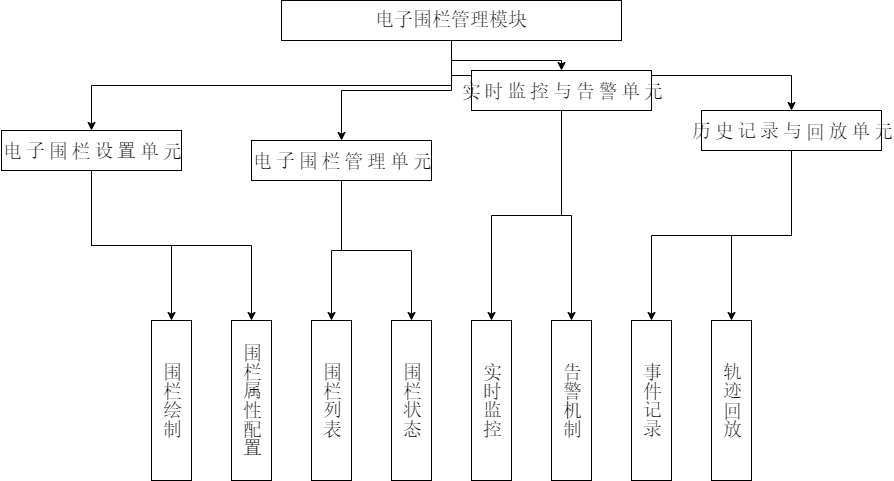
Before: 5.电子围栏管理模块.drawio.png, a diagram exported from draw.io (w1791105996/About-CSS3). Source tidied: cells renumbered, new cells last; positions are measured from the earlier drawing's top-left corner, leaving out a move shared by most shapes.
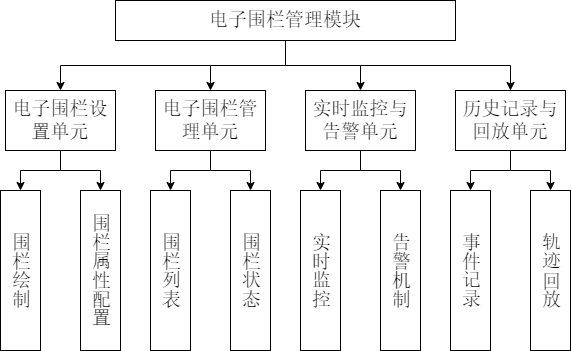
The same diagram one commit later.

Commit message:
更新5.电子围栏管理模块.drawio.png

Change to the diagram source:
```diff
@@ -15,7 +15,7 @@
       <mxGeometry relative="1" as="geometry" />
     </mxCell>
     <mxCell id="6" value="电子围栏管理模块" style="rounded=0;whiteSpace=wrap;html=1;fontFamily=宋体;fontSize=19;" parent="1" vertex="1">
-      <mxGeometry x="280" width="340" height="40" as="geometry" />
+      <mxGeometry x="225" y="20" width="340" height="40" as="geometry" />
     </mxCell>
     <mxCell id="7" style="edgeStyle=orthogonalEdgeStyle;rounded=0;jettySize=auto;html=1;exitX=0.5;exitY=1;exitDx=0;exitDy=0;entryX=0.5;entryY=0;entryDx=0;entryDy=0;" parent="1" edge="1" source="9" target="16">
       <mxGeometry relative="1" as="geometry" />
@@ -23,8 +23,8 @@
     <mxCell id="8" style="edgeStyle=orthogonalEdgeStyle;rounded=0;jettySize=auto;html=1;exitX=0.5;exitY=1;exitDx=0;exitDy=0;entryX=0.5;entryY=0;entryDx=0;entryDy=0;" parent="1" edge="1" source="9" target="17">
       <mxGeometry relative="1" as="geometry" />
     </mxCell>
-    <mxCell id="9" value="电子围栏设置单元" style="rounded=0;whiteSpace=wrap;html=1;textDirection=vertical-lr;horizontal=1;fontFamily=宋体;spacingTop=0;fontSize=19;" parent="1" vertex="1">
-      <mxGeometry y="130" width="180" height="40" as="geometry" />
+    <mxCell id="9" value="电子围栏设置单元" style="rounded=0;whiteSpace=wrap;html=1;horizontal=1;fontFamily=宋体;spacingTop=0;fontSize=19;" parent="1" vertex="1">
+      <mxGeometry x="115" y="110" width="110" height="60" as="geometry" />
     </mxCell>
     <mxCell id="10" style="edgeStyle=orthogonalEdgeStyle;rounded=0;jettySize=auto;html=1;exitX=0.5;exitY=1;exitDx=0;exitDy=0;entryX=0.5;entryY=0;entryDx=0;entryDy=0;" parent="1" edge="1" source="12" target="18">
       <mxGeometry relative="1" as="geometry" />
@@ -32,8 +32,8 @@
     <mxCell id="11" style="edgeStyle=orthogonalEdgeStyle;rounded=0;jettySize=auto;html=1;exitX=0.5;exitY=1;exitDx=0;exitDy=0;entryX=0.5;entryY=0;entryDx=0;entryDy=0;" parent="1" edge="1" source="12" target="19">
       <mxGeometry relative="1" as="geometry" />
     </mxCell>
-    <mxCell id="12" value="电子围栏管理单元" style="rounded=0;whiteSpace=wrap;html=1;textDirection=vertical-lr;horizontal=1;fontFamily=宋体;spacingTop=0;fontSize=19;" parent="1" vertex="1">
-      <mxGeometry x="250" y="140" width="180" height="40" as="geometry" />
+    <mxCell id="12" value="电子围栏管理单元" style="rounded=0;whiteSpace=wrap;html=1;horizontal=1;fontFamily=宋体;spacingTop=0;fontSize=19;" parent="1" vertex="1">
+      <mxGeometry x="265" y="110" width="110" height="60" as="geometry" />
     </mxCell>
     <mxCell id="13" style="edgeStyle=orthogonalEdgeStyle;rounded=0;jettySize=auto;html=1;exitX=0.5;exitY=1;exitDx=0;exitDy=0;entryX=0.5;entryY=0;entryDx=0;entryDy=0;" parent="1" edge="1" source="15" target="20">
       <mxGeometry relative="1" as="geometry" />
@@ -41,26 +41,26 @@
     <mxCell id="14" style="edgeStyle=orthogonalEdgeStyle;rounded=0;jettySize=auto;html=1;exitX=0.5;exitY=1;exitDx=0;exitDy=0;entryX=0.5;entryY=0;entryDx=0;entryDy=0;" parent="1" edge="1" source="15" target="21">
       <mxGeometry relative="1" as="geometry" />
     </mxCell>
-    <mxCell id="15" value="实时监控与告警单元" style="rounded=0;whiteSpace=wrap;html=1;textDirection=vertical-lr;horizontal=1;fontFamily=宋体;spacingTop=0;fontSize=19;" parent="1" vertex="1">
-      <mxGeometry x="470" y="70" width="180" height="40" as="geometry" />
+    <mxCell id="15" value="实时监控与告警单元" style="rounded=0;whiteSpace=wrap;html=1;horizontal=1;fontFamily=宋体;spacingTop=0;fontSize=19;align=center;verticalAlign=middle;" parent="1" vertex="1">
+      <mxGeometry x="415" y="110" width="110" height="60" as="geometry" />
     </mxCell>
     <mxCell id="16" value="围栏绘制" style="rounded=0;whiteSpace=wrap;textDirection=vertical-lr;horizontal=1;fontFamily=宋体;spacingTop=0;fontSize=19;spacing=3;spacingBottom=0;html=1;" parent="1" vertex="1">
-      <mxGeometry x="150" y="320" width="40" height="160" as="geometry" />
+      <mxGeometry x="110" y="210" width="40" height="160" as="geometry" />
     </mxCell>
     <mxCell id="17" value="围栏属性配置" style="rounded=0;whiteSpace=wrap;html=1;textDirection=vertical-lr;horizontal=1;fontFamily=宋体;spacingTop=0;fontSize=19;" parent="1" vertex="1">
-      <mxGeometry x="230" y="320" width="40" height="160" as="geometry" />
+      <mxGeometry x="190" y="210" width="40" height="160" as="geometry" />
     </mxCell>
     <mxCell id="18" value="围栏列表" style="rounded=0;whiteSpace=wrap;html=1;textDirection=vertical-lr;horizontal=1;fontFamily=宋体;spacingTop=0;fontSize=19;" parent="1" vertex="1">
-      <mxGeometry x="310" y="320" width="40" height="160" as="geometry" />
+      <mxGeometry x="260" y="210" width="40" height="160" as="geometry" />
     </mxCell>
     <mxCell id="19" value="围栏状态" style="rounded=0;whiteSpace=wrap;html=1;textDirection=vertical-lr;horizontal=1;fontFamily=宋体;spacingTop=0;fontSize=19;" parent="1" vertex="1">
-      <mxGeometry x="390" y="320" width="40" height="160" as="geometry" />
+      <mxGeometry x="340" y="210" width="40" height="160" as="geometry" />
     </mxCell>
     <mxCell id="20" value="实时监控" style="rounded=0;whiteSpace=wrap;html=1;textDirection=vertical-lr;horizontal=1;fontFamily=宋体;spacingTop=0;fontSize=19;" parent="1" vertex="1">
-      <mxGeometry x="470" y="320" width="40" height="160" as="geometry" />
+      <mxGeometry x="410" y="210" width="40" height="160" as="geometry" />
     </mxCell>
     <mxCell id="21" value="告警机制" style="rounded=0;whiteSpace=wrap;html=1;textDirection=vertical-lr;horizontal=1;fontFamily=宋体;spacingTop=0;fontSize=19;" parent="1" vertex="1">
-      <mxGeometry x="550" y="320" width="40" height="160" as="geometry" />
+      <mxGeometry x="490" y="210" width="40" height="160" as="geometry" />
     </mxCell>
     <mxCell id="22" style="edgeStyle=orthogonalEdgeStyle;rounded=0;jettySize=auto;html=1;exitX=0.5;exitY=1;exitDx=0;exitDy=0;entryX=0.5;entryY=0;entryDx=0;entryDy=0;" parent="1" edge="1" source="24" target="25">
       <mxGeometry relative="1" as="geometry" />
@@ -68,14 +68,14 @@
     <mxCell id="23" style="edgeStyle=orthogonalEdgeStyle;rounded=0;jettySize=auto;html=1;exitX=0.5;exitY=1;exitDx=0;exitDy=0;entryX=0.5;entryY=0;entryDx=0;entryDy=0;" parent="1" edge="1" source="24" target="26">
       <mxGeometry relative="1" as="geometry" />
     </mxCell>
-    <mxCell id="24" value="历史记录与回放单元" style="rounded=0;whiteSpace=wrap;html=1;textDirection=vertical-lr;horizontal=1;fontFamily=宋体;spacingTop=0;fontSize=19;" parent="1" vertex="1">
-      <mxGeometry x="700" y="110" width="180" height="40" as="geometry" />
+    <mxCell id="24" value="历史记录与回放单元" style="rounded=0;whiteSpace=wrap;html=1;horizontal=1;fontFamily=宋体;spacingTop=0;fontSize=19;" parent="1" vertex="1">
+      <mxGeometry x="565" y="110" width="110" height="60" as="geometry" />
     </mxCell>
     <mxCell id="25" value="事件记录" style="rounded=0;whiteSpace=wrap;html=1;textDirection=vertical-lr;horizontal=1;fontFamily=宋体;spacingTop=0;fontSize=19;" parent="1" vertex="1">
-      <mxGeometry x="630" y="320" width="40" height="160" as="geometry" />
+      <mxGeometry x="560" y="210" width="40" height="160" as="geometry" />
     </mxCell>
     <mxCell id="26" value="轨迹回放" style="rounded=0;whiteSpace=wrap;html=1;textDirection=vertical-lr;horizontal=1;fontFamily=宋体;spacingTop=0;fontSize=19;" parent="1" vertex="1">
-      <mxGeometry x="710" y="320" width="40" height="160" as="geometry" />
+      <mxGeometry x="640" y="210" width="40" height="160" as="geometry" />
     </mxCell>
   </root>
 </mxGraphModel>
```
